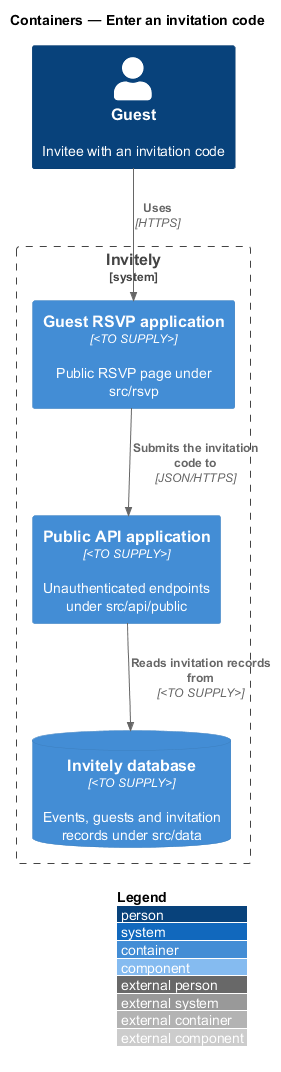
This is docs/detailed-designs/rsvp/enter-invitation-code/diagrams/c4-container.png from QuinntyneBrown/rsvp-cms, a PlantUML export, as it was before one commit.
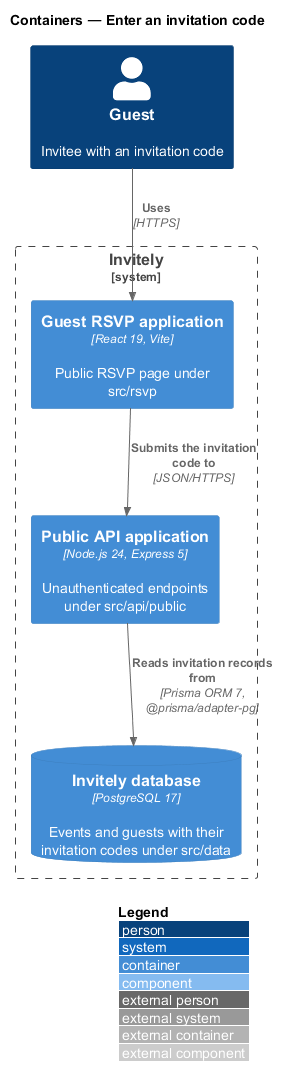
After the change.

What changed in the source:
```diff
@@ -5,11 +5,11 @@
 
 Person(guest, "Guest", "Invitee with an invitation code")
 System_Boundary(invitely, "Invitely") {
-  Container(rsvp, "Guest RSVP application", "<TO SUPPLY>", "Public RSVP page under src/rsvp")
-  Container(publicApi, "Public API application", "<TO SUPPLY>", "Unauthenticated endpoints under src/api/public")
-  ContainerDb(db, "Invitely database", "<TO SUPPLY>", "Events, guests and invitation records under src/data")
+  Container(rsvp, "Guest RSVP application", "React 19, Vite", "Public RSVP page under src/rsvp")
+  Container(publicApi, "Public API application", "Node.js 24, Express 5", "Unauthenticated endpoints under src/api/public")
+  ContainerDb(db, "Invitely database", "PostgreSQL 17", "Events and guests with their invitation codes under src/data")
 }
 Rel(guest, rsvp, "Uses", "HTTPS")
 Rel(rsvp, publicApi, "Submits the invitation code to", "JSON/HTTPS")
-Rel(publicApi, db, "Reads invitation records from", "<TO SUPPLY>")
+Rel(publicApi, db, "Reads invitation records from", "Prisma ORM 7, @prisma/adapter-pg")
 @enduml
```
